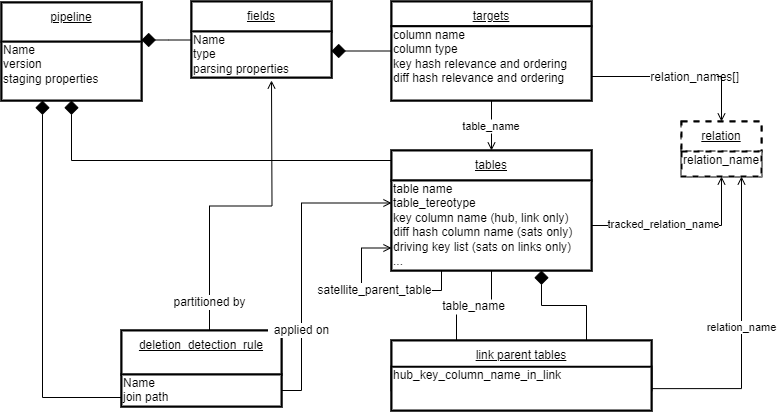
Above: documentation/images/dvpd_object_model.drawio.png in cimt-ag/data_vault_pipelinedescription (draw.io), before the change. Source tidied: cells renumbered, new cells last; positions are measured from the earlier drawing's top-left corner, leaving out a move shared by most shapes.
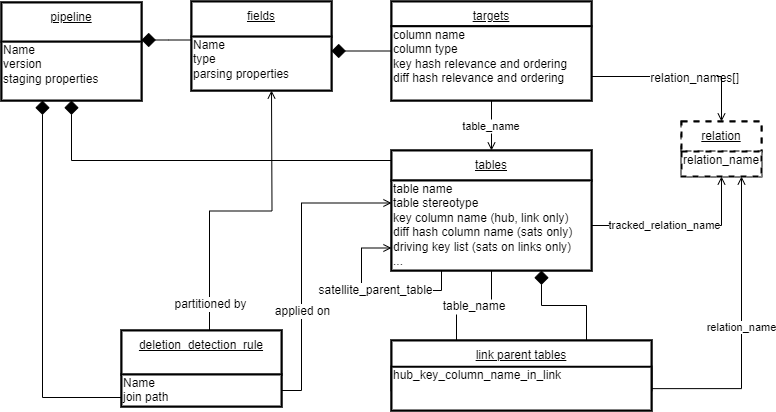
After the change.

The edit, as a diff of the source:
```diff
@@ -21,13 +21,13 @@
       <mxGeometry y="39.2" width="140" height="58.8" as="geometry" />
     </mxCell>
     <mxCell id="8" style="shape=rect;verticalAlign=top;align=left;fontSize=12;fontFamily=Helvetica;shadow=0;strokeWidth=2;fillColor=#FFFFFF;strokeColor=#000000;opacity=100.0;gliffyId=7;" parent="1" vertex="1">
-      <mxGeometry x="190" width="140" height="76" as="geometry" />
+      <mxGeometry x="190" width="140" height="89" as="geometry" />
     </mxCell>
     <mxCell id="9" value="&lt;div style=&quot;width: 197.0px;height:auto;word-break: break-word;&quot;&gt;&lt;div align=&quot;center&quot;&gt;&lt;span style=&quot;font-family: Arial; font-size: 12px; font-weight: normal; text-decoration: underline; line-height: 14px;&quot; class=&quot;&quot;&gt;fields&lt;/span&gt;&lt;/div&gt;&lt;/div&gt;" style="shape=rect;shadow=0;strokeWidth=2;fillColor=#FFFFFF;strokeColor=#000000;opacity=100.0;html=1;nl2Br=0;verticalAlign=top;align=center;spacingLeft=6.0;spacingRight=6;spacingTop=1.0;spacingBottom=8;whiteSpace=wrap;gliffyId=8;" parent="8" vertex="1">
-      <mxGeometry width="140" height="30" as="geometry" />
+      <mxGeometry width="140" height="35.1" as="geometry" />
     </mxCell>
     <mxCell id="10" value="&lt;div style='width: 197.0px;height:auto;word-break: break-word;'&gt;&lt;div align=&quot;left&quot;&gt;&lt;span style=&quot;font-family: Arial; font-size: 12px; font-weight: normal; text-decoration: none; line-height: 14px;&quot;&gt;Name&lt;/span&gt;&lt;/div&gt;&lt;div align=&quot;left&quot;&gt;&lt;span style=&quot;font-family: Arial; font-size: 12px; font-weight: normal; text-decoration: none; line-height: 14px;&quot;&gt;type&lt;/span&gt;&lt;/div&gt;&lt;div align=&quot;left&quot;&gt;&lt;span style=&quot;font-family: Arial; font-size: 12px; font-weight: normal; text-decoration: none; line-height: 14px;&quot;&gt;parsing properties&lt;/span&gt;&lt;/div&gt;&lt;/div&gt;" style="shape=rect;shadow=0;strokeWidth=2;fillColor=#FFFFFF;strokeColor=#000000;opacity=100.0;html=1;nl2Br=0;verticalAlign=top;align=left;spacingLeft=0.0;spacingRight=0;spacingTop=-5.0;spacingBottom=2;whiteSpace=wrap;gliffyId=10;" parent="8" vertex="1">
-      <mxGeometry y="30" width="140" height="46" as="geometry" />
+      <mxGeometry y="35.1" width="140" height="53.9" as="geometry" />
     </mxCell>
     <mxCell id="11" style="shape=rect;verticalAlign=top;align=left;fontSize=12;fontFamily=Helvetica;shadow=0;strokeWidth=2;fillColor=#FFFFFF;strokeColor=#000000;opacity=100.0;gliffyId=12;" parent="1" vertex="1">
       <mxGeometry x="390" y="149" width="200" height="120" as="geometry" />
@@ -44,7 +44,7 @@
         </Array>
       </mxGeometry>
     </mxCell>
-    <mxCell id="14" value="&lt;div style=&quot;width: 197.0px;height:auto;word-break: break-word;&quot;&gt;&lt;div align=&quot;left&quot;&gt;&lt;span style=&quot;font-family: Arial; font-size: 12px; font-weight: normal; text-decoration: none; line-height: 14px;&quot;&gt;table name&lt;/span&gt;&lt;/div&gt;&lt;div align=&quot;left&quot;&gt;&lt;span style=&quot;font-family: Arial; font-size: 12px; font-weight: normal; text-decoration: none; line-height: 14px;&quot;&gt;table_tereotype&lt;/span&gt;&lt;/div&gt;&lt;div align=&quot;left&quot;&gt;&lt;span style=&quot;font-family: Arial; font-size: 12px; font-weight: normal; text-decoration: none; line-height: 14px;&quot;&gt;key column name (hub, link only)&lt;/span&gt;&lt;/div&gt;&lt;div align=&quot;left&quot;&gt;&lt;span style=&quot;font-family: Arial; font-size: 12px; font-weight: normal; text-decoration: none; line-height: 14px;&quot;&gt;diff hash column name (sats only)&lt;/span&gt;&lt;/div&gt;&lt;div align=&quot;left&quot;&gt;&lt;span style=&quot;font-family: Arial; font-size: 12px; font-weight: normal; text-decoration: none; line-height: 14px;&quot;&gt;driving key list (sats on links only)&lt;/span&gt;&lt;/div&gt;&lt;div align=&quot;left&quot;&gt;&lt;span style=&quot;font-family: Arial; font-size: 12px; font-weight: normal; text-decoration: none; line-height: 14px;&quot;&gt;...&lt;/span&gt;&lt;/div&gt;&lt;/div&gt;" style="shape=rect;shadow=0;strokeWidth=2;fillColor=#FFFFFF;strokeColor=#000000;opacity=100.0;html=1;nl2Br=0;verticalAlign=top;align=left;spacingLeft=0.0;spacingRight=0;spacingTop=-5.0;spacingBottom=2;whiteSpace=wrap;gliffyId=15;" parent="11" vertex="1">
+    <mxCell id="14" value="&lt;div style=&quot;width: 197.0px;height:auto;word-break: break-word;&quot;&gt;&lt;div align=&quot;left&quot;&gt;&lt;span style=&quot;font-family: Arial; font-size: 12px; font-weight: normal; text-decoration: none; line-height: 14px;&quot;&gt;table name&lt;/span&gt;&lt;/div&gt;&lt;div align=&quot;left&quot;&gt;&lt;span style=&quot;font-family: Arial; font-size: 12px; font-weight: normal; text-decoration: none; line-height: 14px;&quot;&gt;table stereotype&lt;/span&gt;&lt;/div&gt;&lt;div align=&quot;left&quot;&gt;&lt;span style=&quot;font-family: Arial; font-size: 12px; font-weight: normal; text-decoration: none; line-height: 14px;&quot;&gt;key column name (hub, link only)&lt;/span&gt;&lt;/div&gt;&lt;div align=&quot;left&quot;&gt;&lt;span style=&quot;font-family: Arial; font-size: 12px; font-weight: normal; text-decoration: none; line-height: 14px;&quot;&gt;diff hash column name (sats only)&lt;/span&gt;&lt;/div&gt;&lt;div align=&quot;left&quot;&gt;&lt;span style=&quot;font-family: Arial; font-size: 12px; font-weight: normal; text-decoration: none; line-height: 14px;&quot;&gt;driving key list (sats on links only)&lt;/span&gt;&lt;/div&gt;&lt;div align=&quot;left&quot;&gt;&lt;span style=&quot;font-family: Arial; font-size: 12px; font-weight: normal; text-decoration: none; line-height: 14px;&quot;&gt;...&lt;/span&gt;&lt;/div&gt;&lt;/div&gt;" style="shape=rect;shadow=0;strokeWidth=2;fillColor=#FFFFFF;strokeColor=#000000;opacity=100.0;html=1;nl2Br=0;verticalAlign=top;align=left;spacingLeft=0.0;spacingRight=0;spacingTop=-5.0;spacingBottom=2;whiteSpace=wrap;gliffyId=15;" parent="11" vertex="1">
       <mxGeometry y="30" width="200" height="90" as="geometry" />
     </mxCell>
     <mxCell id="15" style="shape=rect;verticalAlign=top;align=left;fontSize=12;fontFamily=Helvetica;shadow=0;strokeWidth=2;fillColor=#FFFFFF;strokeColor=#000000;opacity=100.0;gliffyId=26;" parent="1" vertex="1">
@@ -113,11 +113,13 @@
       </mxGeometry>
     </mxCell>
     <mxCell id="27" value="&lt;div style='width: 66.390594px;height:auto;word-break: break-word;'&gt;&lt;div align=&quot;center&quot;&gt;&lt;span style=&quot;font-family: Arial; font-size: 12px; line-height: 14px;&quot;&gt;applied on&lt;/span&gt;&lt;/div&gt;&lt;/div&gt;" style="text;html=1;nl2Br=0;labelBackgroundColor=#FFFFFF;html=1;nl2Br=0;verticalAlign=middle;align=center;spacingLeft=0.0;spacingRight=0;gliffyId=71;" parent="26" vertex="1">
-      <mxGeometry x="-0.46" relative="1" as="geometry" />
+      <mxGeometry x="-0.46" relative="1" as="geometry">
+        <mxPoint y="-19" as="offset" />
+      </mxGeometry>
     </mxCell>
     <mxCell id="28" style="shape=filledEdge;strokeWidth=1;strokeColor=#000000;fillColor=none;startArrow=none;startFill=0;startSize=6;endArrow=open;endFill=0;endSize=6;rounded=0;html=1;nl2Br=0;gliffyId=72;exitX=0.550000011920929;exitY=0.0;exitPerimeter=0;edgeStyle=orthogonalEdgeStyle;" parent="1" edge="1" source="2">
       <mxGeometry relative="1" as="geometry">
-        <mxPoint x="270" y="79" as="targetPoint" />
+        <mxPoint x="270" y="89" as="targetPoint" />
       </mxGeometry>
     </mxCell>
     <mxCell id="29" value="&lt;div style='width: 83.0469px;height:auto;word-break: break-word;'&gt;&lt;div align=&quot;center&quot;&gt;&lt;span style=&quot;font-family: Arial; font-size: 12px; line-height: 14px;&quot;&gt;partitioned by&lt;/span&gt;&lt;/div&gt;&lt;/div&gt;" style="text;html=1;nl2Br=0;labelBackgroundColor=#FFFFFF;html=1;nl2Br=0;verticalAlign=middle;align=center;spacingLeft=0.0;spacingRight=0;gliffyId=73;" parent="28" vertex="1">
```
